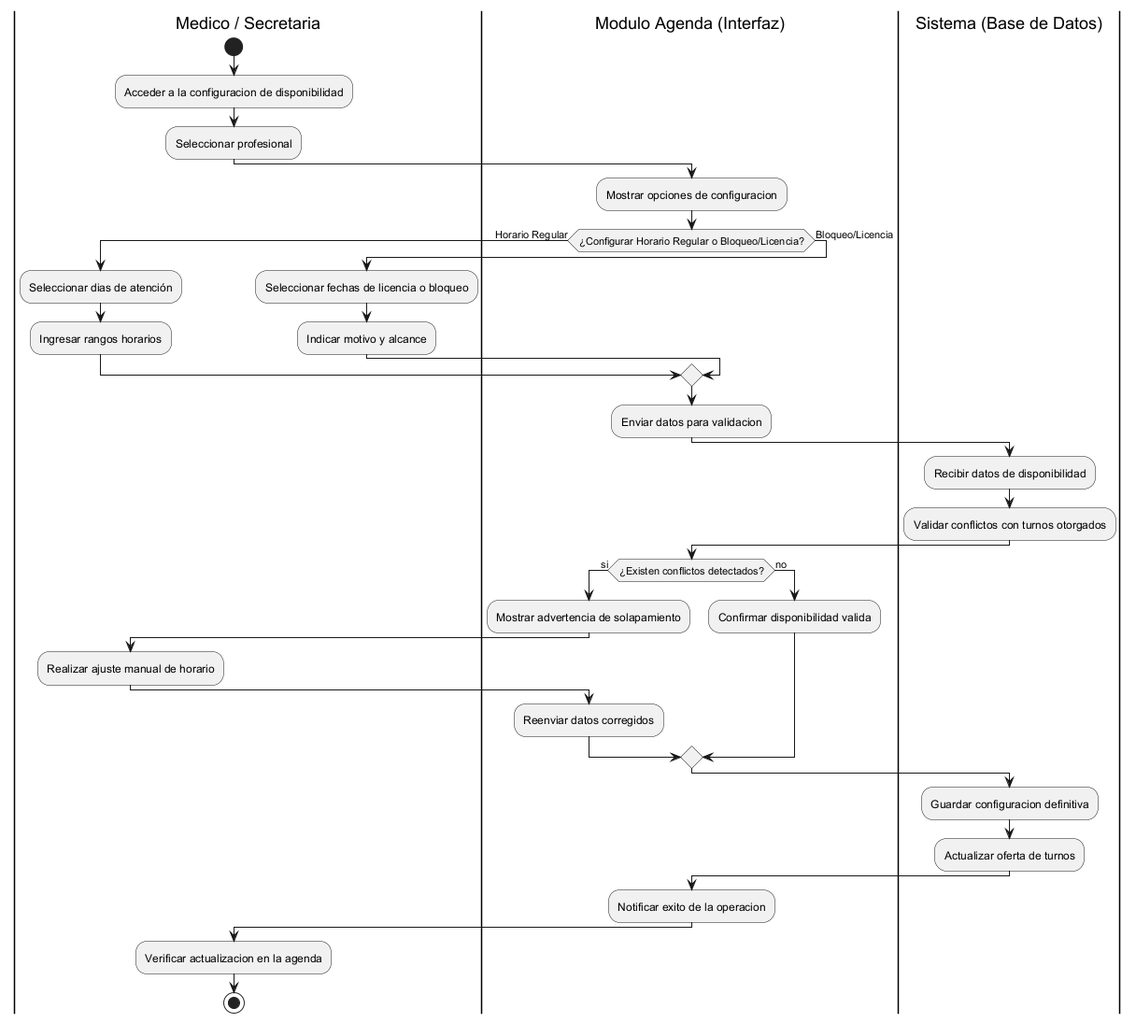
Earlier version of the PlantUML export diagramas/04-diagramas-actividades/04-actividad-administrar-disponibilidad-05.png (Purezaamor/SistemaTurnosMedicos).
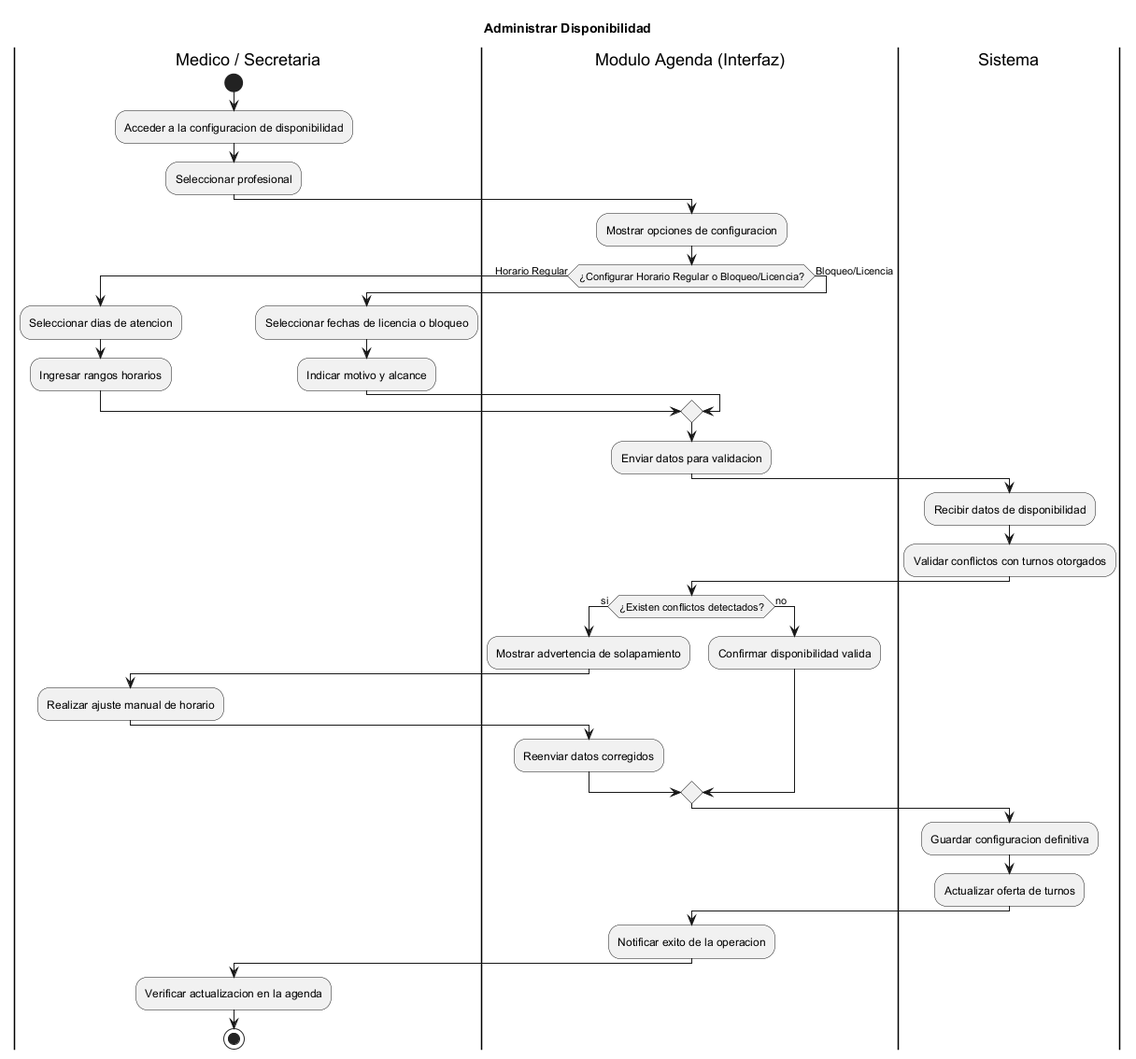
The same file after the commit.

The edit, as a diff of the source:
```diff
@@ -1,4 +1,5 @@
 @startuml
+title Administrar Disponibilidad
 |Medico / Secretaria|
 start
 :Acceder a la configuracion de disponibilidad;
@@ -8,7 +9,7 @@
 :Mostrar opciones de configuracion;
 if (¿Configurar Horario Regular o Bloqueo/Licencia?) then (Horario Regular)
     |Medico / Secretaria|
-    :Seleccionar dias de atención;
+    :Seleccionar dias de atencion;
     :Ingresar rangos horarios;
 else (Bloqueo/Licencia)
     |Medico / Secretaria|
@@ -19,7 +20,7 @@
 |Modulo Agenda (Interfaz)|
 :Enviar datos para validacion;
 
-|Sistema (Base de Datos)|
+|Sistema|
 :Recibir datos de disponibilidad;
 :Validar conflictos con turnos otorgados;
 
@@ -34,7 +35,7 @@
     :Confirmar disponibilidad valida;
 endif
 
-|Sistema (Base de Datos)|
+|Sistema|
 :Guardar configuracion definitiva;
 :Actualizar oferta de turnos;
 
```
